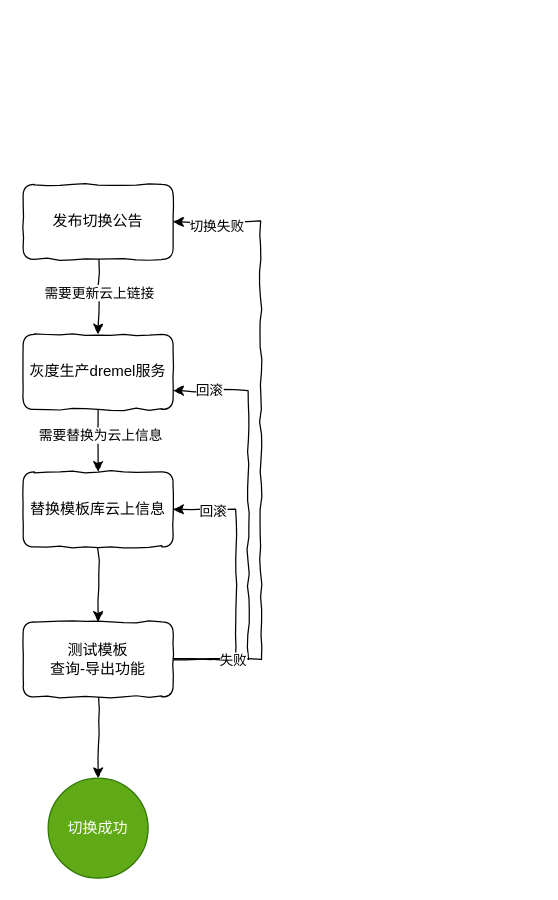
Above: src/未命名绘图.drawio in lillcol/diagrams (draw.io), before the change. Source tidied: cells renumbered, new cells numbered last; positions are measured from the earlier drawing's top-left corner, leaving out a move shared by most shapes. Both pictures are drawn from the tidied source at 125%, with x=0, y=0 at pixel (22, 184).
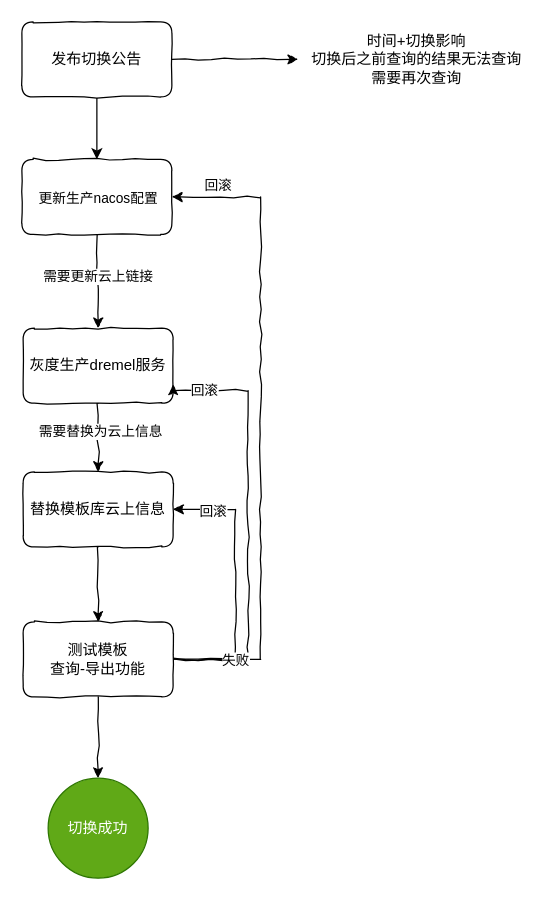
After the change.

Commit message:
更新未命名绘图.drawio

Diff of the diagram source:
```diff
@@
-    <mxCell id="4" value="发布切换公告" style="rounded=1;whiteSpace=wrap;html=1;fontFamily=Verdana;labelBackgroundColor=none;snapToPoint=0;fixDash=0;comic=1;" parent="1" vertex="1">
-      <mxGeometry width="120" height="60" as="geometry" />
+    <mxCell id="4" style="rounded=1;whiteSpace=wrap;html=1;fontFamily=Verdana;labelBackgroundColor=none;snapToPoint=0;fixDash=0;comic=1;" parent="1" vertex="1">
+      <mxGeometry x="-1" y="-20" width="120" height="60" as="geometry" />
     </mxCell>
@@
     <mxCell id="7" value="灰度生产dremel服务" style="rounded=1;whiteSpace=wrap;html=1;snapToPoint=0;fixDash=0;comic=1;" parent="1" vertex="1">
-      <mxGeometry y="120" width="120" height="60" as="geometry" />
+      <mxGeometry y="115" width="120" height="60" as="geometry" />
     </mxCell>
@@
     <mxCell id="14" style="edgeStyle=orthogonalEdgeStyle;rounded=0;jettySize=auto;html=1;entryX=1;entryY=0.5;entryDx=0;entryDy=0;fontFamily=Verdana;snapToPoint=0;fixDash=0;comic=1;" parent="1" edge="1" target="4">
       <mxGeometry relative="1" as="geometry">
         <mxPoint x="120" y="380" as="sourcePoint" />
         <Array as="points">
           <mxPoint x="190" y="380" />
-          <mxPoint x="190" y="30" />
+          <mxPoint x="190" y="10" />
         </Array>
       </mxGeometry>
     </mxCell>
-    <mxCell id="15" value="切换失败" style="edgeLabel;html=1;align=center;verticalAlign=middle;fontFamily=Verdana;fixDash=0;comic=1;" parent="14" vertex="1">
-      <mxGeometry x="0.86" y="3" relative="1" as="geometry" />
+    <mxCell id="15" value="回滚" style="edgeLabel;html=1;align=center;verticalAlign=middle;fontFamily=Verdana;fixDash=0;comic=1;" parent="14" vertex="1">
+      <mxGeometry x="0.86" y="3" relative="1" as="geometry">
+        <mxPoint y="-13" as="offset" />
+      </mxGeometry>
     </mxCell>
@@
+    <mxCell id="20" value="更新生产nacos配置" style="edgeLabel;html=1;align=center;verticalAlign=middle;fixDash=0;comic=1;" parent="1" vertex="1">
+      <mxGeometry x="59" y="10" as="geometry" />
+    </mxCell>
+    <mxCell id="21" style="edgeStyle=orthogonalEdgeStyle;rounded=0;jettySize=auto;html=1;entryX=0.5;entryY=0;entryDx=0;entryDy=0;" parent="1" edge="1" source="23" target="4">
+      <mxGeometry relative="1" as="geometry" />
+    </mxCell>
+    <mxCell id="22" style="edgeStyle=orthogonalEdgeStyle;rounded=1;jettySize=auto;html=1;entryX=0;entryY=0.5;entryDx=0;entryDy=0;comic=1;" parent="1" edge="1" source="23" target="24">
+      <mxGeometry relative="1" as="geometry" />
+    </mxCell>
+    <mxCell id="23" value="发布切换公告" style="rounded=1;whiteSpace=wrap;html=1;fontFamily=Verdana;labelBackgroundColor=none;snapToPoint=0;fixDash=0;comic=1;" parent="1" vertex="1">
+      <mxGeometry x="-1" y="-130" width="120" height="60" as="geometry" />
+    </mxCell>
+    <mxCell id="24" value="时间+切换影响&lt;br&gt;切换后之前查询的结果无法查询&lt;br&gt;需要再次查询" style="text;strokeColor=none;align=center;fillColor=none;html=1;verticalAlign=middle;whiteSpace=wrap;rounded=0;" parent="1" vertex="1">
+      <mxGeometry x="220" y="-125" width="190" height="50" as="geometry" />
+    </mxCell>
```
